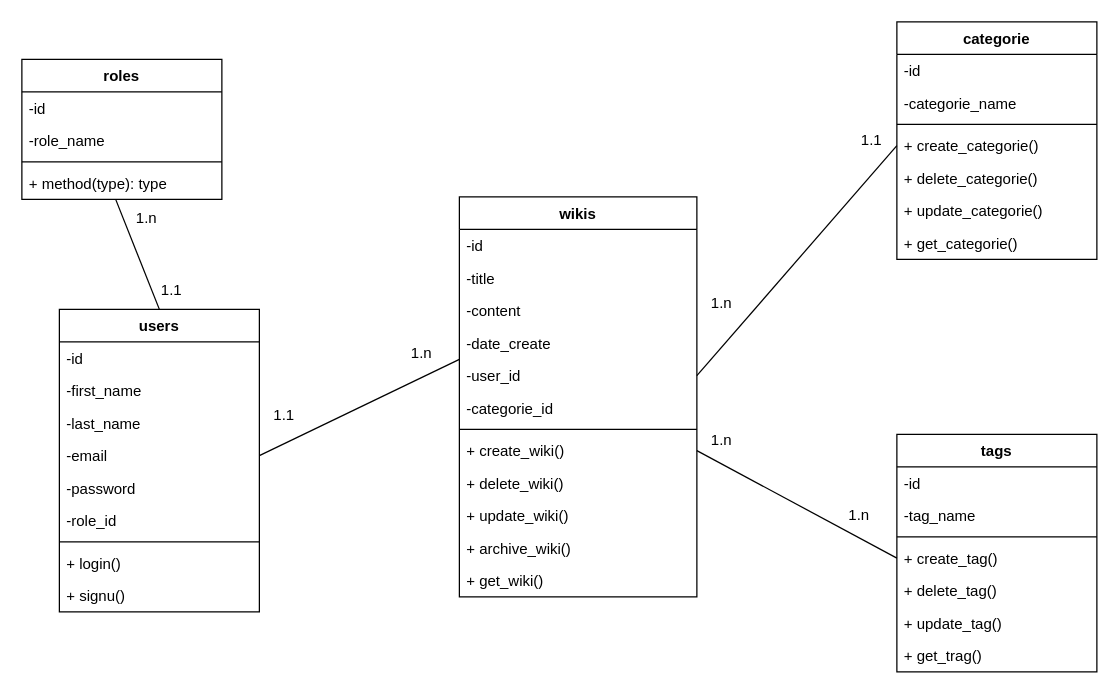
Earlier version of the draw.io diagram class-diagram.drawio (Mohamed072005/Wiki). Source tidied: cells renumbered, new cells numbered last; positions are measured from the earlier drawing's top-left corner, leaving out a move shared by most shapes. Both pictures are drawn from the tidied source at 125%, with x=0, y=0 at pixel (21, 21).
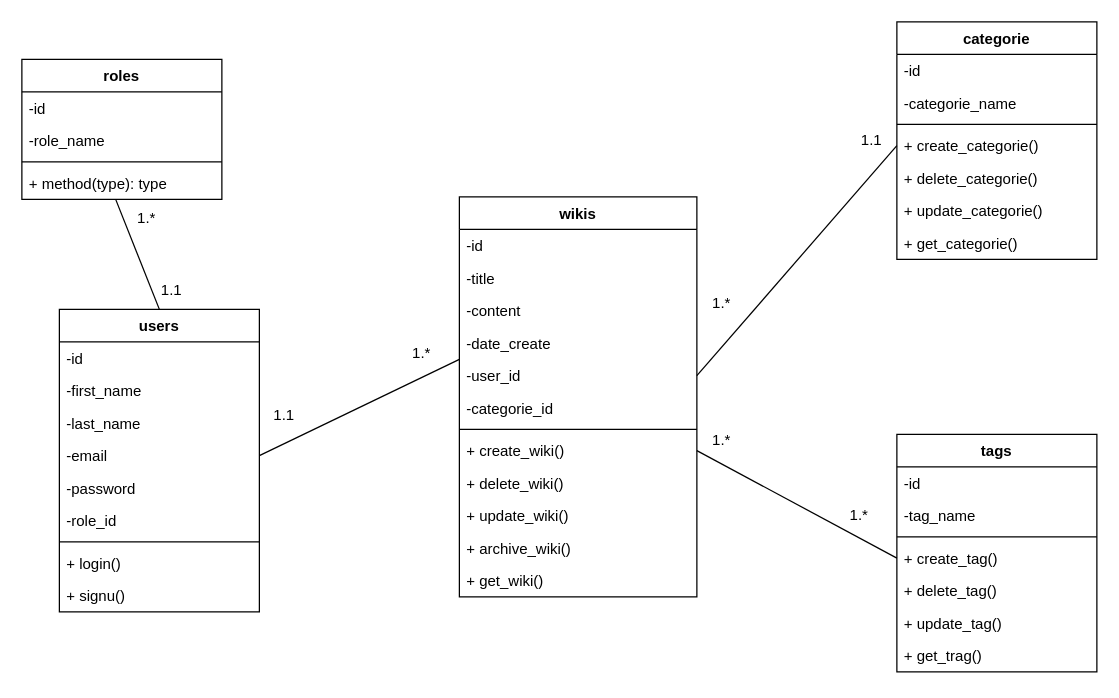
After the change.

Commit message:
edit the class uml

The edit, as a diff of the source:
```diff
@@
-    <mxCell id="51" value="1.n" style="text;strokeColor=none;align=center;fillColor=none;html=1;verticalAlign=middle;whiteSpace=wrap;rounded=0;" parent="1" vertex="1">
+    <mxCell id="51" value="1.*" style="text;strokeColor=none;align=center;fillColor=none;html=1;verticalAlign=middle;whiteSpace=wrap;rounded=0;" parent="1" vertex="1">
       <mxGeometry x="290" y="250" width="60" height="30" as="geometry" />
     </mxCell>
@@
-    <mxCell id="53" value="1.n" style="text;strokeColor=none;align=center;fillColor=none;html=1;verticalAlign=middle;whiteSpace=wrap;rounded=0;" parent="1" vertex="1">
+    <mxCell id="53" value="1.*" style="text;strokeColor=none;align=center;fillColor=none;html=1;verticalAlign=middle;whiteSpace=wrap;rounded=0;" parent="1" vertex="1">
       <mxGeometry x="70" y="142" width="60" height="30" as="geometry" />
     </mxCell>
@@
-    <mxCell id="55" value="1.n" style="text;strokeColor=none;align=center;fillColor=none;html=1;verticalAlign=middle;whiteSpace=wrap;rounded=0;" parent="1" vertex="1">
+    <mxCell id="55" value="1.*" style="text;strokeColor=none;align=center;fillColor=none;html=1;verticalAlign=middle;whiteSpace=wrap;rounded=0;" parent="1" vertex="1">
       <mxGeometry x="530" y="210" width="60" height="30" as="geometry" />
     </mxCell>
-    <mxCell id="56" value="1.n" style="text;strokeColor=none;align=center;fillColor=none;html=1;verticalAlign=middle;whiteSpace=wrap;rounded=0;" parent="1" vertex="1">
+    <mxCell id="56" value="1.*" style="text;strokeColor=none;align=center;fillColor=none;html=1;verticalAlign=middle;whiteSpace=wrap;rounded=0;" parent="1" vertex="1">
       <mxGeometry x="530" y="320" width="60" height="30" as="geometry" />
     </mxCell>
-    <mxCell id="57" value="1.n" style="text;strokeColor=none;align=center;fillColor=none;html=1;verticalAlign=middle;whiteSpace=wrap;rounded=0;" parent="1" vertex="1">
+    <mxCell id="57" value="1.*" style="text;strokeColor=none;align=center;fillColor=none;html=1;verticalAlign=middle;whiteSpace=wrap;rounded=0;" parent="1" vertex="1">
       <mxGeometry x="640" y="380" width="60" height="30" as="geometry" />
     </mxCell>
```
